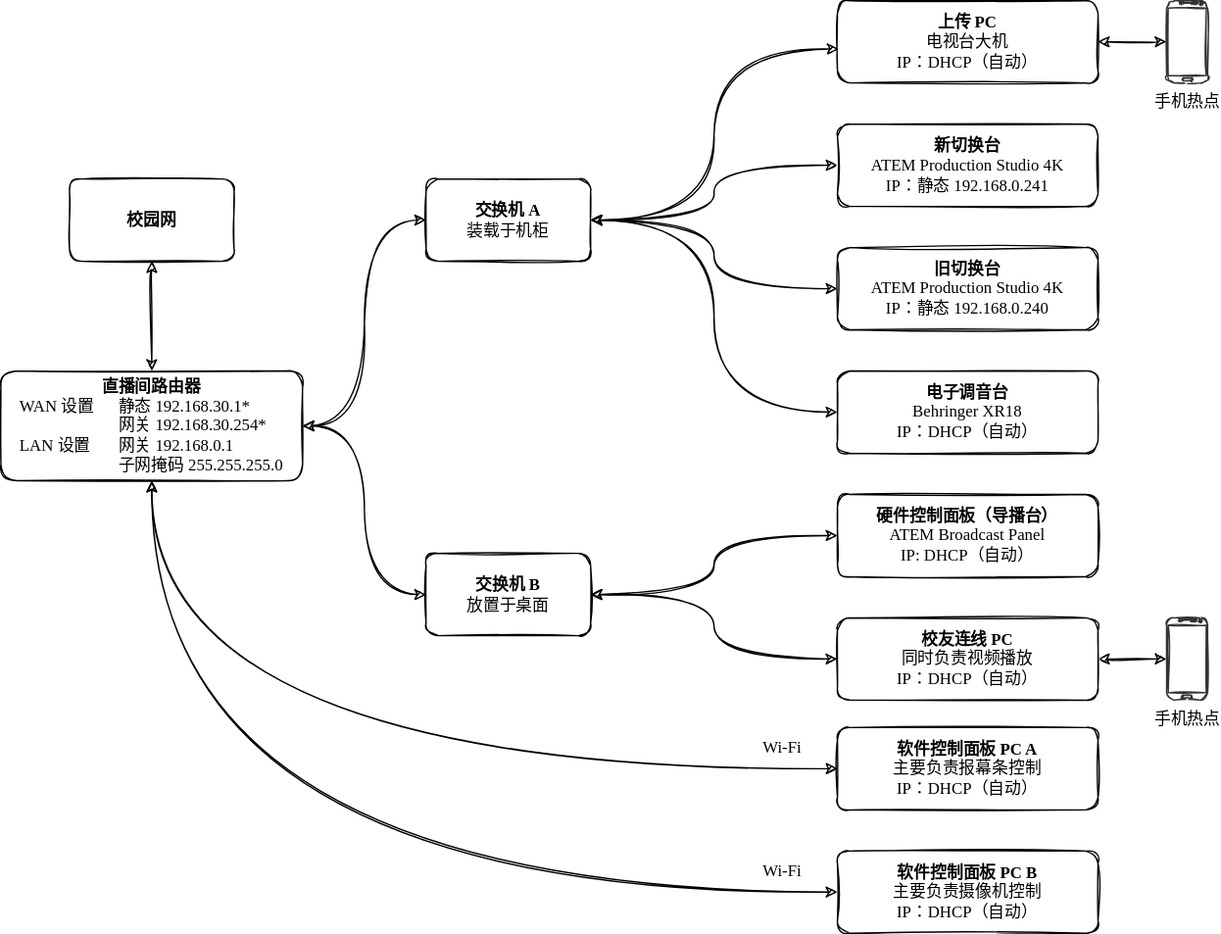
This is docs/diagrams/直播间网络设备连线.svg from xiaoxuan010/HFLive-Technical-Document-2021, a draw.io export, as it was before one commit. Source tidied: cells renumbered, new cells last; positions are measured from the earlier drawing's top-left corner, leaving out a move shared by most shapes.
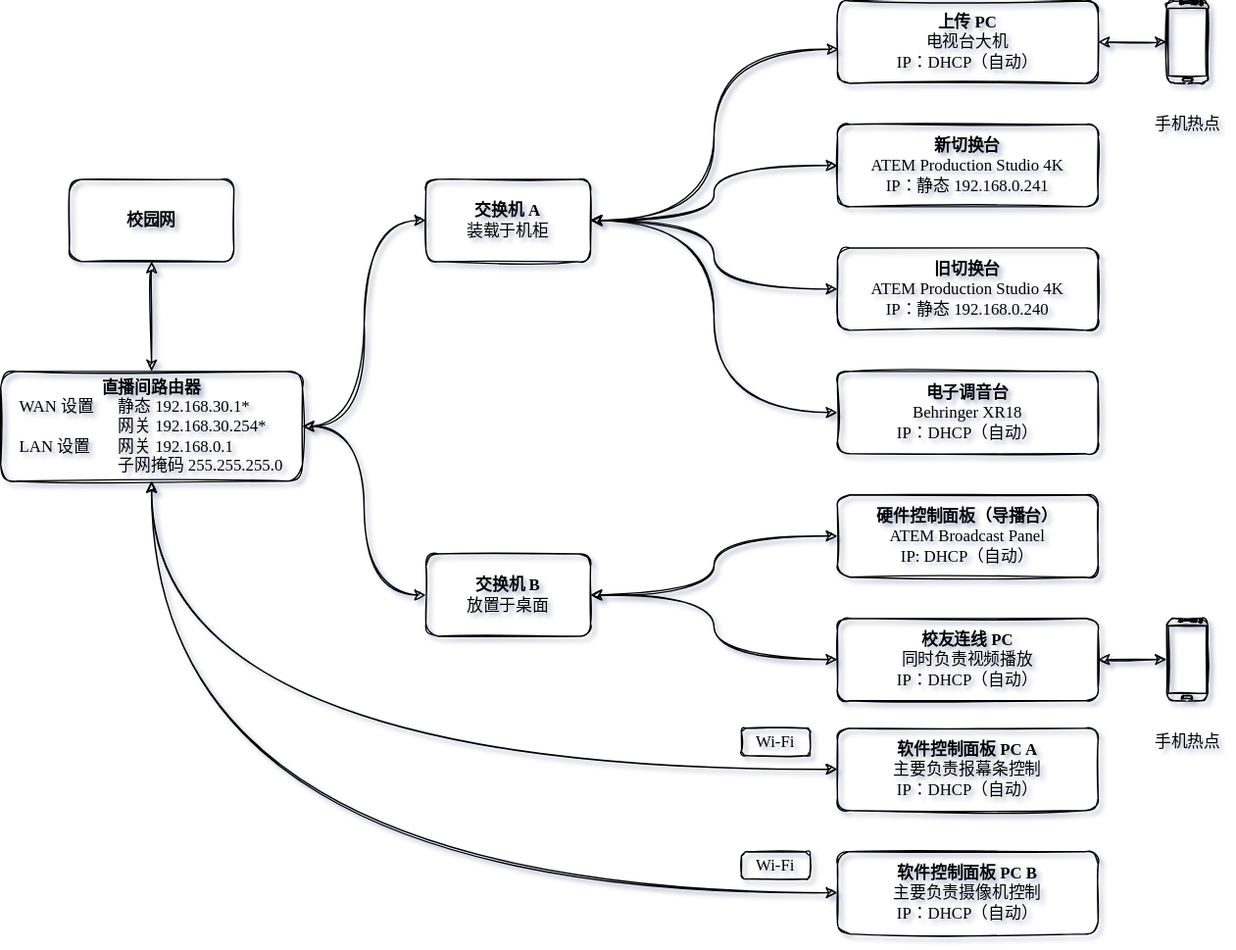
After the change.

Change to the diagram source:
```diff
@@ -1,92 +1,92 @@
-<mxGraphModel>
+<mxGraphModel shadow="1">
   <root>
     <mxCell id="0" />
     <mxCell id="1" parent="0" />
-    <mxCell id="2" style="edgeStyle=orthogonalEdgeStyle;rounded=1;sketch=1;jettySize=auto;html=1;shadow=0;fontFamily=思源宋体,serif;startArrow=classic;startFill=1;entryX=0;entryY=0.5;entryDx=0;entryDy=0;curved=1;" parent="1" edge="1" source="4" target="8">
+    <mxCell id="2" style="edgeStyle=orthogonalEdgeStyle;rounded=1;sketch=1;jettySize=auto;html=1;shadow=0;fontFamily=思源宋体,serif;startArrow=classic;startFill=1;entryX=0;entryY=0.5;entryDx=0;entryDy=0;curved=1;fontSize=12;fillColor=none;glass=0;labelBackgroundColor=none;" parent="1" edge="1" source="4" target="8">
       <mxGeometry relative="1" as="geometry" />
     </mxCell>
-    <mxCell id="3" style="edgeStyle=orthogonalEdgeStyle;rounded=1;sketch=1;jettySize=auto;html=1;shadow=0;fontFamily=思源宋体,serif;startArrow=classic;startFill=1;entryX=0;entryY=0.5;entryDx=0;entryDy=0;curved=1;" parent="1" edge="1" source="4" target="16">
+    <mxCell id="3" style="edgeStyle=orthogonalEdgeStyle;rounded=1;sketch=1;jettySize=auto;html=1;shadow=0;fontFamily=思源宋体,serif;startArrow=classic;startFill=1;entryX=0;entryY=0.5;entryDx=0;entryDy=0;curved=1;fontSize=12;fillColor=none;glass=0;labelBackgroundColor=none;" parent="1" edge="1" source="4" target="16">
       <mxGeometry relative="1" as="geometry" />
     </mxCell>
-    <mxCell id="4" value="&lt;b&gt;直播间路由器&lt;/b&gt;&lt;br&gt;&lt;div style=&quot;text-align: left&quot;&gt;WAN 设置&lt;span style=&quot;white-space: pre&quot;&gt;&#9;&lt;/span&gt;静态 192.168.30.1*&lt;/div&gt;&lt;div style=&quot;text-align: left&quot;&gt;&lt;span style=&quot;white-space: pre&quot;&gt;&#9;&lt;/span&gt;&lt;span style=&quot;white-space: pre&quot;&gt;&#9;&lt;/span&gt;&lt;span style=&quot;white-space: pre&quot;&gt;&#9;&lt;/span&gt;网关 192.168.30.254*&lt;/div&gt;&lt;div style=&quot;text-align: left&quot;&gt;&lt;span&gt;LAN 设置&lt;/span&gt;&lt;span style=&quot;white-space: pre&quot;&gt;&#9;&lt;/span&gt;&lt;span&gt;网关 192.168.0.1&lt;/span&gt;&lt;/div&gt;&lt;span style=&quot;white-space: pre&quot;&gt;&lt;div style=&quot;text-align: left&quot;&gt;&lt;span&gt;&#9;&lt;/span&gt;&lt;span&gt;&#9;&lt;span style=&quot;white-space: pre&quot;&gt;&#9;&lt;/span&gt;&lt;/span&gt;&lt;span style=&quot;white-space: normal&quot;&gt;子网掩码 255.255.255.0&lt;/span&gt;&lt;/div&gt;&lt;/span&gt;" style="rounded=1;whiteSpace=wrap;html=1;sketch=1;fontFamily=思源宋体,serif;" parent="1" vertex="1">
+    <mxCell id="4" value="&lt;b&gt;直播间路由器&lt;/b&gt;&lt;br&gt;&lt;div style=&quot;text-align: left&quot;&gt;WAN 设置&lt;span style=&quot;white-space: pre&quot;&gt;&#9;&lt;/span&gt;静态 192.168.30.1*&lt;/div&gt;&lt;div style=&quot;text-align: left&quot;&gt;&lt;span style=&quot;white-space: pre&quot;&gt;&#9;&lt;/span&gt;&lt;span style=&quot;white-space: pre&quot;&gt;&#9;&lt;/span&gt;&lt;span style=&quot;white-space: pre&quot;&gt;&#9;&lt;/span&gt;网关 192.168.30.254*&lt;/div&gt;&lt;div style=&quot;text-align: left&quot;&gt;&lt;span&gt;LAN 设置&lt;/span&gt;&lt;span style=&quot;white-space: pre&quot;&gt;&#9;&lt;/span&gt;&lt;span&gt;网关 192.168.0.1&lt;/span&gt;&lt;/div&gt;&lt;span style=&quot;white-space: pre&quot;&gt;&lt;div style=&quot;text-align: left&quot;&gt;&lt;span&gt;&#9;&lt;/span&gt;&lt;span&gt;&#9;&lt;span style=&quot;white-space: pre&quot;&gt;&#9;&lt;/span&gt;&lt;/span&gt;&lt;span style=&quot;white-space: normal&quot;&gt;子网掩码 255.255.255.0&lt;/span&gt;&lt;/div&gt;&lt;/span&gt;" style="rounded=1;whiteSpace=wrap;html=1;sketch=1;fontFamily=思源宋体,serif;fillColor=none;glass=0;shadow=0;labelBackgroundColor=none;" parent="1" vertex="1">
       <mxGeometry y="270" width="220" height="80" as="geometry" />
     </mxCell>
-    <mxCell id="5" style="edgeStyle=orthogonalEdgeStyle;rounded=1;sketch=1;jettySize=auto;html=1;shadow=0;fontFamily=思源宋体,serif;startArrow=classic;startFill=1;entryX=0;entryY=0.5;entryDx=0;entryDy=0;curved=1;" parent="1" edge="1" source="8" target="11">
+    <mxCell id="5" style="edgeStyle=orthogonalEdgeStyle;rounded=1;sketch=1;jettySize=auto;html=1;shadow=0;fontFamily=思源宋体,serif;startArrow=classic;startFill=1;entryX=0;entryY=0.5;entryDx=0;entryDy=0;curved=1;fontSize=12;fillColor=none;glass=0;labelBackgroundColor=none;" parent="1" edge="1" source="8" target="11">
       <mxGeometry relative="1" as="geometry" />
     </mxCell>
-    <mxCell id="6" style="edgeStyle=orthogonalEdgeStyle;rounded=1;sketch=1;jettySize=auto;html=1;shadow=0;fontFamily=思源宋体,serif;startArrow=classic;startFill=1;entryX=0.005;entryY=0.587;entryDx=0;entryDy=0;entryPerimeter=0;curved=1;" parent="1" edge="1" source="8" target="14">
+    <mxCell id="6" style="edgeStyle=orthogonalEdgeStyle;rounded=1;sketch=1;jettySize=auto;html=1;shadow=0;fontFamily=思源宋体,serif;startArrow=classic;startFill=1;entryX=0.005;entryY=0.587;entryDx=0;entryDy=0;entryPerimeter=0;curved=1;fontSize=12;fillColor=none;glass=0;labelBackgroundColor=none;" parent="1" edge="1" source="8" target="14">
       <mxGeometry relative="1" as="geometry" />
     </mxCell>
-    <mxCell id="7" style="edgeStyle=orthogonalEdgeStyle;rounded=1;sketch=1;jettySize=auto;html=1;entryX=0;entryY=0.5;entryDx=0;entryDy=0;shadow=0;fontFamily=思源宋体,serif;startArrow=classic;startFill=1;strokeColor=default;elbow=vertical;exitX=1;exitY=0.5;exitDx=0;exitDy=0;curved=1;" parent="1" edge="1" source="8" target="27">
+    <mxCell id="7" style="edgeStyle=orthogonalEdgeStyle;rounded=1;sketch=1;jettySize=auto;html=1;entryX=0;entryY=0.5;entryDx=0;entryDy=0;shadow=0;fontFamily=思源宋体,serif;startArrow=classic;startFill=1;strokeColor=default;elbow=vertical;exitX=1;exitY=0.5;exitDx=0;exitDy=0;curved=1;fontSize=12;fillColor=none;glass=0;labelBackgroundColor=none;" parent="1" edge="1" source="8" target="27">
       <mxGeometry relative="1" as="geometry" />
     </mxCell>
-    <mxCell id="8" value="&lt;b&gt;交换机 A&lt;/b&gt;&lt;br&gt;装载于机柜" style="rounded=1;whiteSpace=wrap;html=1;sketch=1;fontFamily=思源宋体,serif;" parent="1" vertex="1">
+    <mxCell id="8" value="&lt;b&gt;交换机 A&lt;/b&gt;&lt;br&gt;装载于机柜" style="rounded=1;whiteSpace=wrap;html=1;sketch=1;fontFamily=思源宋体,serif;fillColor=none;glass=0;shadow=0;labelBackgroundColor=none;" parent="1" vertex="1">
       <mxGeometry x="310" y="130" width="120" height="60" as="geometry" />
     </mxCell>
-    <mxCell id="9" style="edgeStyle=orthogonalEdgeStyle;rounded=1;sketch=1;jettySize=auto;html=1;fontFamily=思源宋体,serif;shadow=0;backgroundOutline=0;orthogonal=0;flowAnimation=0;noJump=1;perimeterSpacing=0;startArrow=classic;startFill=1;curved=1;" parent="1" edge="1" source="10" target="4">
+    <mxCell id="9" style="edgeStyle=orthogonalEdgeStyle;rounded=1;sketch=1;jettySize=auto;html=1;fontFamily=思源宋体,serif;shadow=0;backgroundOutline=0;orthogonal=0;flowAnimation=0;noJump=1;perimeterSpacing=0;startArrow=classic;startFill=1;curved=1;fontSize=12;fillColor=none;glass=0;labelBackgroundColor=none;" parent="1" edge="1" source="10" target="4">
       <mxGeometry relative="1" as="geometry" />
     </mxCell>
-    <mxCell id="10" value="&lt;b&gt;校园网&lt;/b&gt;" style="whiteSpace=wrap;html=1;rounded=1;sketch=1;fontFamily=思源宋体,serif;" parent="1" vertex="1">
+    <mxCell id="10" value="&lt;b&gt;校园网&lt;/b&gt;" style="whiteSpace=wrap;html=1;rounded=1;sketch=1;fontFamily=思源宋体,serif;fillColor=none;glass=0;shadow=0;labelBackgroundColor=none;" parent="1" vertex="1">
       <mxGeometry x="50" y="130" width="120" height="60" as="geometry" />
     </mxCell>
-    <mxCell id="11" value="&lt;b&gt;新切换台&lt;br&gt;&lt;/b&gt;ATEM Production Studio 4K&lt;br&gt;IP：静态 192.168.0.241" style="whiteSpace=wrap;html=1;fontFamily=思源宋体,serif;rounded=1;sketch=1;" parent="1" vertex="1">
+    <mxCell id="11" value="&lt;b&gt;新切换台&lt;br&gt;&lt;/b&gt;ATEM Production Studio 4K&lt;br&gt;IP：静态 192.168.0.241" style="whiteSpace=wrap;html=1;fontFamily=思源宋体,serif;rounded=1;sketch=1;fillColor=none;glass=0;shadow=0;labelBackgroundColor=none;fillStyle=auto;" parent="1" vertex="1">
       <mxGeometry x="610" y="90" width="190" height="60" as="geometry" />
     </mxCell>
-    <mxCell id="12" style="edgeStyle=orthogonalEdgeStyle;rounded=1;sketch=1;jettySize=auto;html=1;shadow=0;fontFamily=思源宋体,serif;startArrow=classic;startFill=1;entryX=1;entryY=0.5;entryDx=0;entryDy=0;curved=1;" parent="1" edge="1" source="13" target="8">
+    <mxCell id="12" style="edgeStyle=orthogonalEdgeStyle;rounded=1;sketch=1;jettySize=auto;html=1;shadow=0;fontFamily=思源宋体,serif;startArrow=classic;startFill=1;entryX=1;entryY=0.5;entryDx=0;entryDy=0;curved=1;fontSize=12;fillColor=none;glass=0;labelBackgroundColor=none;" parent="1" edge="1" source="13" target="8">
       <mxGeometry relative="1" as="geometry" />
     </mxCell>
-    <mxCell id="13" value="&lt;b&gt;旧切换台&lt;br&gt;&lt;/b&gt;ATEM Production Studio 4K&lt;br&gt;IP：静态 192.168.0.240" style="whiteSpace=wrap;html=1;fontFamily=思源宋体,serif;rounded=1;sketch=1;" parent="1" vertex="1">
+    <mxCell id="13" value="&lt;b&gt;旧切换台&lt;br&gt;&lt;/b&gt;ATEM Production Studio 4K&lt;br&gt;IP：静态 192.168.0.240" style="whiteSpace=wrap;html=1;fontFamily=思源宋体,serif;rounded=1;sketch=1;fillColor=none;glass=0;shadow=0;labelBackgroundColor=none;" parent="1" vertex="1">
       <mxGeometry x="610" y="180" width="190" height="60" as="geometry" />
     </mxCell>
-    <mxCell id="14" value="&lt;b&gt;上传 PC&lt;/b&gt;&lt;br&gt;电视台大机&lt;br&gt;IP：DHCP（自动）" style="whiteSpace=wrap;html=1;rounded=1;sketch=1;fontFamily=思源宋体,serif;" parent="1" vertex="1">
+    <mxCell id="14" value="&lt;b&gt;上传 PC&lt;/b&gt;&lt;br&gt;电视台大机&lt;br&gt;IP：DHCP（自动）" style="whiteSpace=wrap;html=1;rounded=1;sketch=1;fontFamily=思源宋体,serif;fillColor=none;glass=0;shadow=0;labelBackgroundColor=none;" parent="1" vertex="1">
       <mxGeometry x="610" width="190" height="60" as="geometry" />
     </mxCell>
-    <mxCell id="15" style="edgeStyle=orthogonalEdgeStyle;rounded=1;sketch=1;jettySize=auto;html=1;shadow=0;fontFamily=思源宋体,serif;startArrow=classic;startFill=1;curved=1;" parent="1" edge="1" source="16" target="17">
+    <mxCell id="15" style="edgeStyle=orthogonalEdgeStyle;rounded=1;sketch=1;jettySize=auto;html=1;shadow=0;fontFamily=思源宋体,serif;startArrow=classic;startFill=1;curved=1;fontSize=12;fillColor=none;glass=0;labelBackgroundColor=none;" parent="1" edge="1" source="16" target="17">
       <mxGeometry relative="1" as="geometry" />
     </mxCell>
-    <mxCell id="16" value="&lt;b&gt;交换机 B&lt;/b&gt;&lt;br&gt;放置于桌面" style="whiteSpace=wrap;html=1;fontFamily=思源宋体,serif;rounded=1;sketch=1;" parent="1" vertex="1">
+    <mxCell id="16" value="&lt;b&gt;交换机 B&lt;/b&gt;&lt;br&gt;放置于桌面" style="whiteSpace=wrap;html=1;fontFamily=思源宋体,serif;rounded=1;sketch=1;fillColor=none;glass=0;shadow=0;labelBackgroundColor=none;" parent="1" vertex="1">
       <mxGeometry x="310" y="403" width="120" height="60" as="geometry" />
     </mxCell>
-    <mxCell id="17" value="&lt;b&gt;硬件控制面板（导播台）&lt;/b&gt;&lt;br&gt;ATEM Broadcast Panel&lt;br&gt;IP: DHCP（自动）" style="whiteSpace=wrap;html=1;fontFamily=思源宋体,serif;rounded=1;sketch=1;" parent="1" vertex="1">
+    <mxCell id="17" value="&lt;b&gt;硬件控制面板（导播台）&lt;/b&gt;&lt;br&gt;ATEM Broadcast Panel&lt;br&gt;IP: DHCP（自动）" style="whiteSpace=wrap;html=1;fontFamily=思源宋体,serif;rounded=1;sketch=1;fillColor=none;glass=0;shadow=0;labelBackgroundColor=none;" parent="1" vertex="1">
       <mxGeometry x="610" y="360" width="190" height="60" as="geometry" />
     </mxCell>
-    <mxCell id="18" style="edgeStyle=orthogonalEdgeStyle;rounded=1;sketch=1;jettySize=auto;html=1;entryX=0.5;entryY=1;entryDx=0;entryDy=0;shadow=0;fontFamily=思源宋体,serif;startArrow=classic;startFill=1;elbow=vertical;strokeColor=default;curved=1;" parent="1" edge="1" source="19" target="4">
+    <mxCell id="18" style="edgeStyle=orthogonalEdgeStyle;rounded=1;sketch=1;jettySize=auto;html=1;entryX=0.5;entryY=1;entryDx=0;entryDy=0;shadow=0;fontFamily=思源宋体,serif;startArrow=classic;startFill=1;elbow=vertical;strokeColor=default;curved=1;fontSize=12;fillColor=none;glass=0;labelBackgroundColor=none;" parent="1" edge="1" source="19" target="4">
       <mxGeometry relative="1" as="geometry" />
     </mxCell>
-    <mxCell id="19" value="&lt;b&gt;软件控制面板 PC A&lt;br&gt;&lt;/b&gt;主要负责报幕条控制&lt;br&gt;IP：DHCP（自动）" style="whiteSpace=wrap;html=1;rounded=1;sketch=1;fontFamily=思源宋体,serif;" parent="1" vertex="1">
+    <mxCell id="19" value="&lt;b&gt;软件控制面板 PC A&lt;br&gt;&lt;/b&gt;主要负责报幕条控制&lt;br&gt;IP：DHCP（自动）" style="whiteSpace=wrap;html=1;rounded=1;sketch=1;fontFamily=思源宋体,serif;fillColor=none;glass=0;shadow=0;labelBackgroundColor=none;" parent="1" vertex="1">
       <mxGeometry x="610" y="530" width="190" height="60" as="geometry" />
     </mxCell>
-    <mxCell id="20" value="Wi-Fi" style="text;html=1;strokeColor=none;fillColor=none;align=center;verticalAlign=middle;whiteSpace=wrap;rounded=0;sketch=1;fontFamily=思源宋体,serif;rotation=0;" parent="1" vertex="1">
-      <mxGeometry x="540" y="530" width="60" height="30" as="geometry" />
+    <mxCell id="20" value="Wi-Fi" style="text;html=1;strokeColor=default;fillColor=none;align=center;verticalAlign=middle;whiteSpace=wrap;rounded=1;sketch=1;fontFamily=思源宋体,serif;rotation=0;glass=0;shadow=0;labelBackgroundColor=none;" parent="1" vertex="1">
+      <mxGeometry x="540" y="530" width="50" height="20" as="geometry" />
     </mxCell>
-    <mxCell id="21" style="edgeStyle=orthogonalEdgeStyle;rounded=1;sketch=1;jettySize=auto;html=1;shadow=0;fontFamily=思源宋体,serif;startArrow=classic;startFill=1;strokeColor=default;elbow=vertical;curved=1;" parent="1" edge="1" source="22" target="4">
+    <mxCell id="21" style="edgeStyle=orthogonalEdgeStyle;rounded=1;sketch=1;jettySize=auto;html=1;shadow=0;fontFamily=思源宋体,serif;startArrow=classic;startFill=1;strokeColor=default;elbow=vertical;curved=1;fontSize=12;fillColor=none;glass=0;labelBackgroundColor=none;" parent="1" edge="1" source="22" target="4">
       <mxGeometry relative="1" as="geometry" />
     </mxCell>
-    <mxCell id="22" value="&lt;b&gt;软件控制面板 PC B&lt;br&gt;&lt;/b&gt;主要负责摄像机控制&lt;br&gt;IP：DHCP（自动）" style="whiteSpace=wrap;html=1;rounded=1;sketch=1;fontFamily=思源宋体,serif;" parent="1" vertex="1">
+    <mxCell id="22" value="&lt;b&gt;软件控制面板 PC B&lt;br&gt;&lt;/b&gt;主要负责摄像机控制&lt;br&gt;IP：DHCP（自动）" style="whiteSpace=wrap;html=1;rounded=1;sketch=1;fontFamily=思源宋体,serif;fillColor=none;glass=0;shadow=0;labelBackgroundColor=none;" parent="1" vertex="1">
       <mxGeometry x="610" y="620" width="190" height="60" as="geometry" />
     </mxCell>
-    <mxCell id="23" value="Wi-Fi" style="text;html=1;strokeColor=none;fillColor=none;align=center;verticalAlign=middle;whiteSpace=wrap;rounded=0;sketch=1;fontFamily=思源宋体,serif;rotation=0;" parent="1" vertex="1">
-      <mxGeometry x="540" y="620" width="60" height="30" as="geometry" />
+    <mxCell id="23" value="Wi-Fi" style="text;html=1;strokeColor=default;fillColor=none;align=center;verticalAlign=middle;whiteSpace=wrap;rounded=1;sketch=1;fontFamily=思源宋体,serif;rotation=0;glass=0;shadow=0;labelBackgroundColor=none;" parent="1" vertex="1">
+      <mxGeometry x="540" y="620" width="50" height="20" as="geometry" />
     </mxCell>
-    <mxCell id="24" style="edgeStyle=orthogonalEdgeStyle;rounded=1;sketch=1;jettySize=auto;html=1;entryX=1;entryY=0.5;entryDx=0;entryDy=0;shadow=0;fontFamily=思源宋体,serif;startArrow=classic;startFill=1;strokeColor=default;elbow=vertical;curved=1;" parent="1" edge="1" source="26" target="16">
+    <mxCell id="24" style="edgeStyle=orthogonalEdgeStyle;rounded=1;sketch=1;jettySize=auto;html=1;entryX=1;entryY=0.5;entryDx=0;entryDy=0;shadow=0;fontFamily=思源宋体,serif;startArrow=classic;startFill=1;strokeColor=default;elbow=vertical;curved=1;fontSize=12;fillColor=none;glass=0;labelBackgroundColor=none;" parent="1" edge="1" source="26" target="16">
       <mxGeometry relative="1" as="geometry" />
     </mxCell>
-    <mxCell id="25" style="edgeStyle=orthogonalEdgeStyle;rounded=1;sketch=1;jettySize=auto;html=1;shadow=0;fontFamily=思源宋体,serif;startArrow=classic;startFill=1;strokeColor=default;elbow=vertical;curved=1;" parent="1" edge="1" source="26" target="28">
+    <mxCell id="25" style="edgeStyle=orthogonalEdgeStyle;rounded=1;sketch=1;jettySize=auto;html=1;shadow=0;fontFamily=思源宋体,serif;startArrow=classic;startFill=1;strokeColor=default;elbow=vertical;curved=1;fontSize=12;fillColor=none;glass=0;labelBackgroundColor=none;" parent="1" edge="1" source="26" target="28">
       <mxGeometry relative="1" as="geometry" />
     </mxCell>
-    <mxCell id="26" value="&lt;b&gt;校友连线 PC&lt;br&gt;&lt;/b&gt;同时负责视频播放&lt;br&gt;IP：DHCP（自动）" style="whiteSpace=wrap;html=1;rounded=1;sketch=1;fontFamily=思源宋体,serif;" parent="1" vertex="1">
+    <mxCell id="26" value="&lt;b&gt;校友连线 PC&lt;br&gt;&lt;/b&gt;同时负责视频播放&lt;br&gt;IP：DHCP（自动）" style="whiteSpace=wrap;html=1;rounded=1;sketch=1;fontFamily=思源宋体,serif;fillColor=none;glass=0;shadow=0;labelBackgroundColor=none;" parent="1" vertex="1">
       <mxGeometry x="610" y="450" width="190" height="60" as="geometry" />
     </mxCell>
-    <mxCell id="27" value="&lt;b&gt;电子调音台&lt;br&gt;&lt;/b&gt;Behringer XR18&lt;br&gt;IP：DHCP（自动）" style="whiteSpace=wrap;html=1;fontFamily=思源宋体,serif;rounded=1;sketch=1;" parent="1" vertex="1">
+    <mxCell id="27" value="&lt;b&gt;电子调音台&lt;br&gt;&lt;/b&gt;Behringer XR18&lt;br&gt;IP：DHCP（自动）" style="whiteSpace=wrap;html=1;fontFamily=思源宋体,serif;rounded=1;sketch=1;fillColor=none;glass=0;shadow=0;labelBackgroundColor=none;" parent="1" vertex="1">
       <mxGeometry x="610" y="270" width="190" height="60" as="geometry" />
     </mxCell>
-    <mxCell id="28" value="手机热点" style="verticalLabelPosition=bottom;verticalAlign=top;html=1;shadow=0;dashed=0;strokeWidth=1;shape=mxgraph.android.phone2;strokeColor=#333333;rounded=1;sketch=1;fontFamily=思源宋体,serif;" parent="1" vertex="1">
+    <mxCell id="28" value="手机热点" style="verticalLabelPosition=bottom;verticalAlign=middle;html=1;shadow=0;dashed=0;strokeWidth=1;shape=mxgraph.android.phone2;strokeColor=default;rounded=1;sketch=1;fontFamily=思源宋体,serif;fillColor=none;glass=0;labelBackgroundColor=none;" parent="1" vertex="1">
       <mxGeometry x="850" y="450" width="30" height="60" as="geometry" />
     </mxCell>
-    <mxCell id="29" style="edgeStyle=orthogonalEdgeStyle;rounded=1;sketch=1;jettySize=auto;html=1;entryX=1;entryY=0.5;entryDx=0;entryDy=0;shadow=0;fontFamily=思源宋体,serif;startArrow=classic;startFill=1;strokeColor=default;elbow=vertical;curved=1;" parent="1" edge="1" source="30" target="14">
+    <mxCell id="29" style="edgeStyle=orthogonalEdgeStyle;rounded=1;sketch=1;jettySize=auto;html=1;entryX=1;entryY=0.5;entryDx=0;entryDy=0;shadow=0;fontFamily=思源宋体,serif;startArrow=classic;startFill=1;strokeColor=default;elbow=vertical;curved=1;fontSize=12;fillColor=none;glass=0;labelBackgroundColor=none;" parent="1" edge="1" source="30" target="14">
       <mxGeometry relative="1" as="geometry" />
     </mxCell>
-    <mxCell id="30" value="手机热点" style="verticalLabelPosition=bottom;verticalAlign=top;html=1;shadow=0;dashed=0;strokeWidth=1;shape=mxgraph.android.phone2;strokeColor=#333333;rounded=1;sketch=1;fontFamily=思源宋体,serif;" parent="1" vertex="1">
+    <mxCell id="30" value="手机热点" style="verticalLabelPosition=bottom;verticalAlign=middle;html=1;shadow=0;dashed=0;strokeWidth=1;shape=mxgraph.android.phone2;strokeColor=default;rounded=1;sketch=1;fontFamily=思源宋体,serif;fillColor=none;glass=0;labelBackgroundColor=none;" parent="1" vertex="1">
       <mxGeometry x="850" width="30" height="60" as="geometry" />
     </mxCell>
   </root>
```
